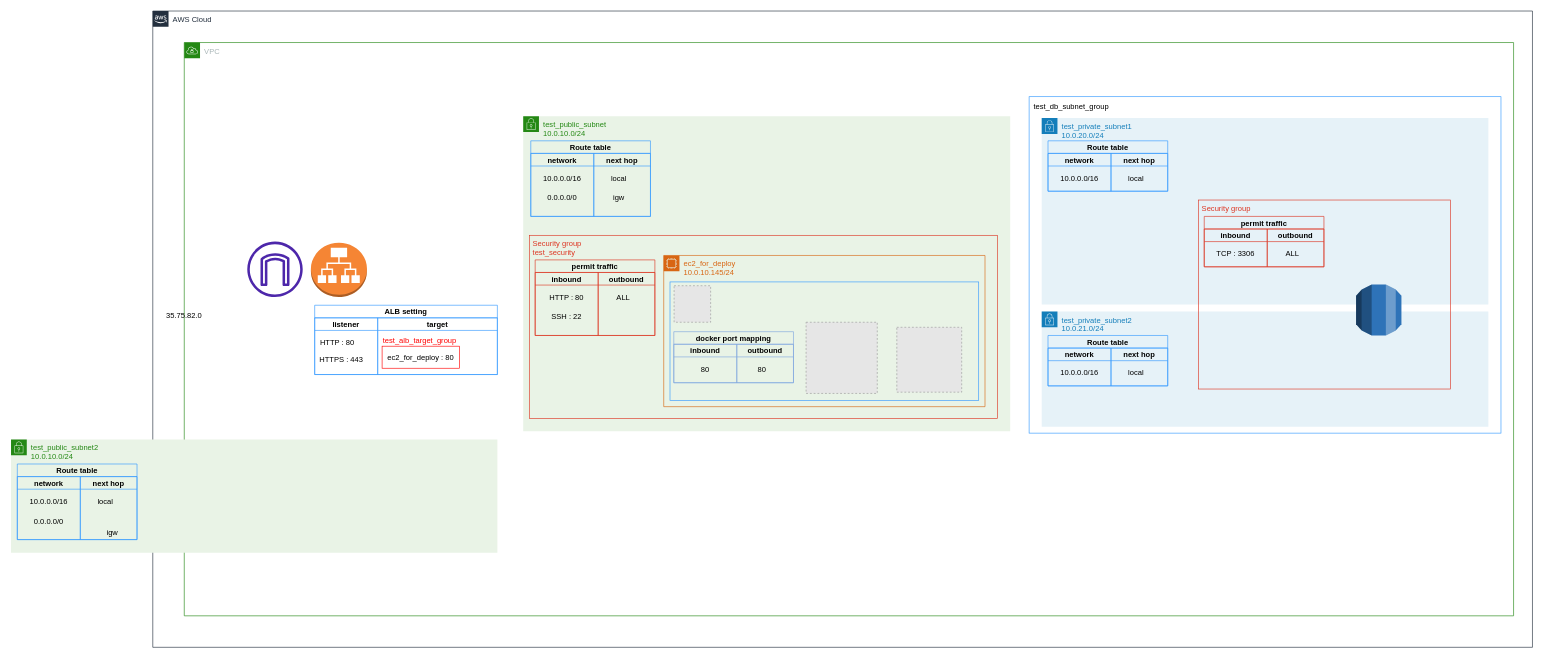
Earlier version of the draw.io diagram Untitled Diagram.drawio (junjun491/jcookpad). Source tidied: cells renumbered, new cells numbered last; positions are measured from the earlier drawing's top-left corner, leaving out a move shared by most shapes. Both pictures are drawn from the tidied source at 63%, with x=0, y=0 at pixel (11, 11). Pictures stored in the file or linked from it are replaced by grey dashed boxes.
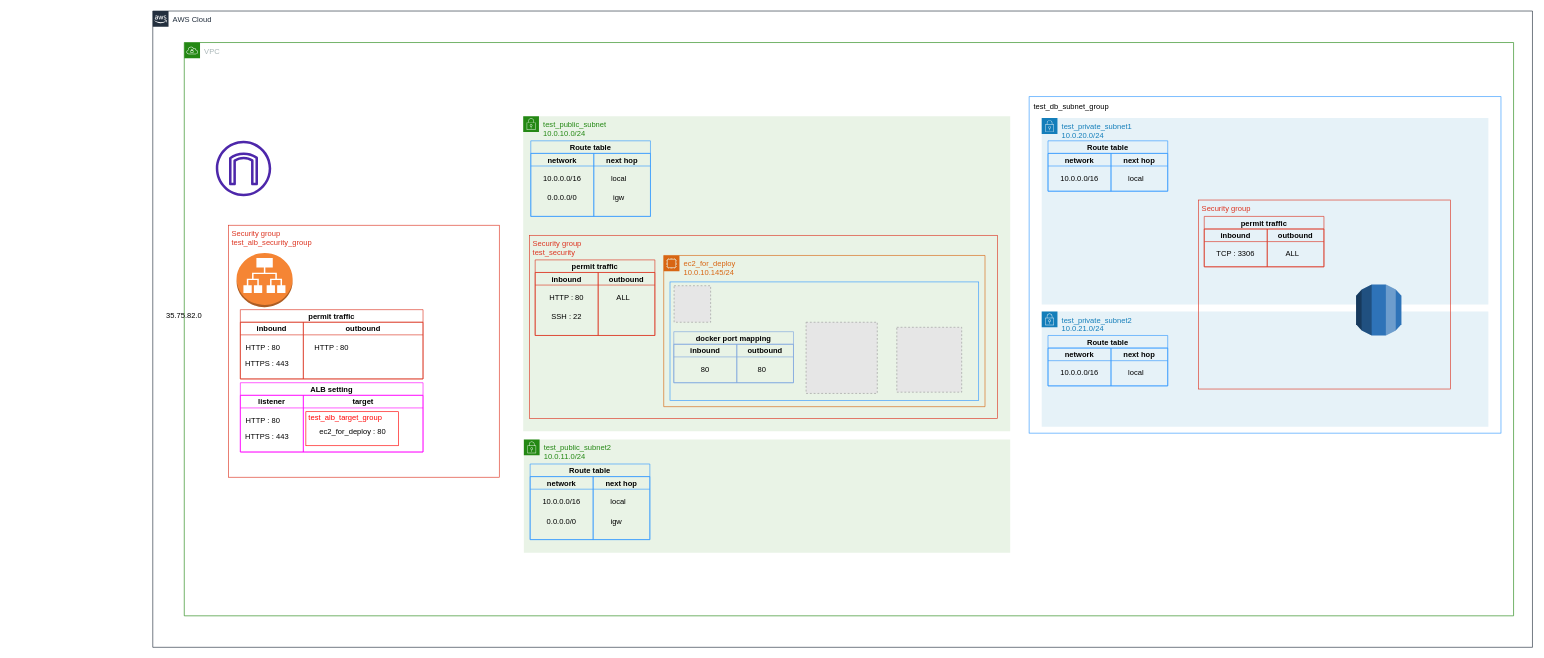
Above is the later version.

The edit, as a diff of the source:
```diff
@@
+    <mxCell id="69" value=" Security group&#10; test_alb_security_group" style="fillColor=none;strokeColor=#DD3522;verticalAlign=top;fontStyle=0;fontColor=#DD3522;labelBackgroundColor=none;align=left;" parent="1" vertex="1">
+      <mxGeometry x="345" y="340" width="430" height="400" as="geometry" />
+    </mxCell>
@@
     <mxCell id="16" style="dashed=0;verticalLabelPosition=bottom;verticalAlign=top;align=center;html=1;shape=mxgraph.aws3.application_load_balancer;fillColor=#F58534;gradientColor=none;labelBackgroundColor=none;strokeColor=#3399FF;" parent="1" vertex="1">
-      <mxGeometry x="476" y="368" width="89" height="86" as="geometry" />
+      <mxGeometry x="358" y="384" width="89" height="86" as="geometry" />
     </mxCell>
     <mxCell id="17" style="sketch=0;fontColor=#232F3E;gradientColor=none;fillColor=#4D27AA;strokeColor=none;dashed=0;verticalLabelPosition=bottom;verticalAlign=top;align=center;html=1;fontSize=12;fontStyle=0;shape=mxgraph.aws4.internet_gateway;" parent="1" vertex="1">
-      <mxGeometry x="375" y="366" width="88" height="88" as="geometry" />
+      <mxGeometry x="325" y="206" width="88" height="88" as="geometry" />
     </mxCell>
-    <mxCell id="18" value="test_public_subnet2&lt;br&gt;10.0.10.0/24" style="gradientColor=none;html=1;whiteSpace=wrap;fontSize=12;fontStyle=0;shape=mxgraph.aws4.group;grIcon=mxgraph.aws4.group_security_group;grStroke=0;strokeColor=#248814;fillColor=#E9F3E6;verticalAlign=top;align=left;spacingLeft=30;fontColor=#248814;dashed=0;labelBackgroundColor=none;" parent="1" vertex="1">
-      <mxGeometry y="680" width="772" height="180" as="geometry" />
+    <mxCell id="18" value="test_public_subnet2&lt;br&gt;10.0.11.0/24" style="gradientColor=none;html=1;whiteSpace=wrap;fontSize=12;fontStyle=0;shape=mxgraph.aws4.group;grIcon=mxgraph.aws4.group_security_group;grStroke=0;strokeColor=#248814;fillColor=#E9F3E6;verticalAlign=top;align=left;spacingLeft=30;fontColor=#248814;dashed=0;labelBackgroundColor=none;" parent="1" vertex="1">
+      <mxGeometry x="814" y="680" width="772" height="180" as="geometry" />
     </mxCell>
@@
     <mxCell id="36" value="Route table" style="swimlane;startSize=20;labelBackgroundColor=none;strokeColor=#3399FF;fillColor=none;" parent="1" vertex="1">
-      <mxGeometry x="10" y="719" width="190" height="120" as="geometry" />
+      <mxGeometry x="824" y="719" width="190" height="120" as="geometry" />
     </mxCell>
@@
     <mxCell id="41" value="0.0.0.0/0" style="text;html=1;strokeColor=none;fillColor=none;align=center;verticalAlign=middle;whiteSpace=wrap;rounded=0;labelBackgroundColor=none;" parent="1" vertex="1">
-      <mxGeometry x="30" y="795" width="60" height="30" as="geometry" />
+      <mxGeometry x="844" y="795" width="60" height="30" as="geometry" />
     </mxCell>
     <mxCell id="42" value="igw" style="text;html=1;strokeColor=none;fillColor=none;align=center;verticalAlign=middle;whiteSpace=wrap;rounded=0;labelBackgroundColor=none;" parent="1" vertex="1">
-      <mxGeometry x="131" y="813" width="60" height="30" as="geometry" />
+      <mxGeometry x="931" y="796" width="60" height="30" as="geometry" />
     </mxCell>
@@
-    <mxCell id="44" value="ALB setting" style="swimlane;startSize=20;labelBackgroundColor=none;strokeColor=#3399FF;fillColor=none;" parent="1" vertex="1">
-      <mxGeometry x="482" y="467" width="290" height="110" as="geometry" />
+    <mxCell id="44" value="ALB setting" style="swimlane;startSize=20;labelBackgroundColor=none;strokeColor=#FF00FF;fillColor=none;" parent="1" vertex="1">
+      <mxGeometry x="364" y="590" width="290" height="110" as="geometry" />
     </mxCell>
-    <mxCell id="45" value="listener" style="swimlane;startSize=20;labelBackgroundColor=none;strokeColor=#3399FF;fillColor=none;" parent="44" vertex="1">
+    <mxCell id="45" value="listener" style="swimlane;startSize=20;labelBackgroundColor=none;strokeColor=#FF00FF;fillColor=none;" parent="44" vertex="1">
       <mxGeometry y="20" width="100" height="90" as="geometry" />
     </mxCell>
@@
-    <mxCell id="47" value="target" style="swimlane;startSize=20;labelBackgroundColor=none;strokeColor=#3399FF;fillColor=none;" parent="44" vertex="1">
+    <mxCell id="47" value="target" style="swimlane;startSize=20;labelBackgroundColor=none;strokeColor=#FF00FF;fillColor=none;" parent="44" vertex="1">
       <mxGeometry x="100" y="20" width="190" height="90" as="geometry" />
     </mxCell>
-    <mxCell id="48" style="rounded=0;whiteSpace=wrap;html=1;labelBackgroundColor=none;strokeColor=#FF0000;fillColor=none;" parent="47" vertex="1">
+    <mxCell id="48" style="rounded=0;whiteSpace=wrap;html=1;labelBackgroundColor=none;strokeColor=none;fillColor=none;" parent="47" vertex="1">
       <mxGeometry x="7" y="45" width="123" height="35" as="geometry" />
     </mxCell>
     <mxCell id="49" value="ec2_for_deploy : 80" style="text;html=1;strokeColor=none;fillColor=none;align=center;verticalAlign=middle;whiteSpace=wrap;rounded=0;labelBackgroundColor=none;" parent="47" vertex="1">
-      <mxGeometry x="7" y="49" width="123" height="30" as="geometry" />
+      <mxGeometry x="17" y="43" width="123" height="30" as="geometry" />
     </mxCell>
     <mxCell id="50" value="&lt;font color=&quot;#ff0000&quot;&gt;test_alb_target_group&amp;nbsp;&lt;/font&gt;" style="text;html=1;strokeColor=none;fillColor=none;align=center;verticalAlign=middle;whiteSpace=wrap;rounded=0;labelBackgroundColor=none;" parent="1" vertex="1">
-      <mxGeometry x="589" y="508" width="123" height="30" as="geometry" />
+      <mxGeometry x="471" y="631" width="123" height="30" as="geometry" />
     </mxCell>
     <mxCell id="51" value="HTTPS : 443" style="text;html=1;strokeColor=none;fillColor=none;align=center;verticalAlign=middle;whiteSpace=wrap;rounded=0;labelBackgroundColor=none;" parent="1" vertex="1">
-      <mxGeometry x="486" y="538" width="77" height="30" as="geometry" />
+      <mxGeometry x="368" y="661" width="77" height="30" as="geometry" />
     </mxCell>
@@
+    <mxCell id="70" value="permit traffic" style="swimlane;startSize=20;labelBackgroundColor=none;strokeColor=#DD3522;fillColor=none;" parent="1" vertex="1">
+      <mxGeometry x="364" y="474" width="290" height="110" as="geometry" />
+    </mxCell>
+    <mxCell id="71" value="inbound" style="swimlane;startSize=20;labelBackgroundColor=none;strokeColor=#DD3522;fillColor=none;" parent="70" vertex="1">
+      <mxGeometry y="20" width="100" height="90" as="geometry" />
+    </mxCell>
+    <mxCell id="72" value="HTTP : 80" style="text;html=1;strokeColor=none;fillColor=none;align=center;verticalAlign=middle;whiteSpace=wrap;rounded=0;labelBackgroundColor=none;" parent="71" vertex="1">
+      <mxGeometry x="-14" y="25" width="100" height="30" as="geometry" />
+    </mxCell>
+    <mxCell id="73" value="outbound" style="swimlane;startSize=20;labelBackgroundColor=none;strokeColor=#DD3522;fillColor=none;" parent="70" vertex="1">
+      <mxGeometry x="100" y="20" width="190" height="90" as="geometry" />
+    </mxCell>
+    <mxCell id="74" value="HTTP : 80" style="text;html=1;strokeColor=none;fillColor=none;align=center;verticalAlign=middle;whiteSpace=wrap;rounded=0;labelBackgroundColor=none;" parent="73" vertex="1">
+      <mxGeometry x="-5" y="25" width="100" height="30" as="geometry" />
+    </mxCell>
+    <mxCell id="75" value="HTTPS : 443" style="text;html=1;strokeColor=none;fillColor=none;align=center;verticalAlign=middle;whiteSpace=wrap;rounded=0;labelBackgroundColor=none;" parent="1" vertex="1">
+      <mxGeometry x="368" y="545" width="77" height="30" as="geometry" />
+    </mxCell>
+    <mxCell id="76" style="rounded=0;whiteSpace=wrap;html=1;labelBackgroundColor=none;fontColor=#FF0000;strokeColor=#FF0000;fillColor=none;" parent="1" vertex="1">
+      <mxGeometry x="468" y="636" width="147" height="54" as="geometry" />
+    </mxCell>
```
